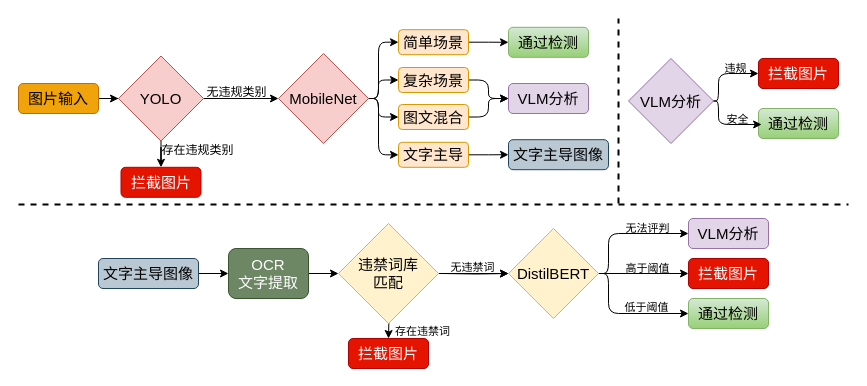
Earlier version of the draw.io diagram 本科项目/违规图片检测.drawio (Heart-ttt/picture-table). Source tidied: cells renumbered, new cells numbered last; positions are measured from the earlier drawing's top-left corner, leaving out a move shared by most shapes. Both pictures are drawn from the tidied source at 100%, with x=0, y=0 at pixel (18, 18).
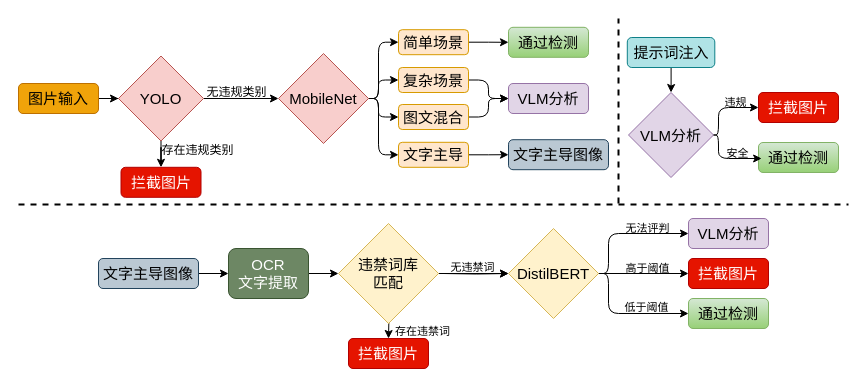
Above is the later version.

Commit message:
更新违规图片检测.drawio

What changed in the source:
```diff
@@
     <mxCell id="43" style="edgeStyle=orthogonalEdgeStyle;rounded=1;jettySize=auto;html=1;entryX=0;entryY=0.5;entryDx=0;entryDy=0;curved=0;" parent="1" edge="1" source="45" target="46">
       <mxGeometry relative="1" as="geometry">
         <Array as="points">
-          <mxPoint x="700" y="83" />
-          <mxPoint x="700" y="55" />
+          <mxPoint x="700" y="117" />
+          <mxPoint x="700" y="89" />
         </Array>
       </mxGeometry>
     </mxCell>
@@
     <mxCell id="45" value="&lt;span style=&quot;font-size: 15px;&quot;&gt;VLM分析&lt;/span&gt;" style="rhombus;whiteSpace=wrap;html=1;fillColor=#e1d5e7;strokeColor=#9673a6;" parent="1" vertex="1">
-      <mxGeometry x="610" y="40" width="85" height="85" as="geometry" />
+      <mxGeometry x="610" y="74" width="85" height="85" as="geometry" />
     </mxCell>
     <mxCell id="46" value="&lt;font style=&quot;font-size: 15px;&quot;&gt;拦截图片&lt;/font&gt;" style="rounded=1;whiteSpace=wrap;html=1;fillColor=#e51400;strokeColor=#B20000;fontColor=#ffffff;" parent="1" vertex="1">
-      <mxGeometry x="740" y="40" width="80" height="30" as="geometry" />
+      <mxGeometry x="740" y="74" width="80" height="30" as="geometry" />
     </mxCell>
     <mxCell id="47" value="&lt;span style=&quot;font-size: 15px;&quot;&gt;通过检测&lt;/span&gt;" style="rounded=1;whiteSpace=wrap;html=1;fillColor=#d5e8d4;strokeColor=#82b366;gradientColor=#97d077;" parent="1" vertex="1">
-      <mxGeometry x="740" y="90" width="80" height="30" as="geometry" />
+      <mxGeometry x="740" y="124" width="80" height="30" as="geometry" />
     </mxCell>
     <mxCell id="48" style="edgeStyle=orthogonalEdgeStyle;rounded=1;jettySize=auto;html=1;entryX=0.039;entryY=0.533;entryDx=0;entryDy=0;entryPerimeter=0;curved=0;" parent="1" edge="1" source="45" target="47">
       <mxGeometry relative="1" as="geometry">
         <Array as="points">
-          <mxPoint x="700" y="83" />
-          <mxPoint x="700" y="106" />
+          <mxPoint x="700" y="117" />
+          <mxPoint x="700" y="140" />
         </Array>
       </mxGeometry>
     </mxCell>
@@
+    <mxCell id="56" style="edgeStyle=orthogonalEdgeStyle;rounded=0;jettySize=auto;html=1;entryX=0.5;entryY=0;entryDx=0;entryDy=0;" parent="1" edge="1" source="57" target="45">
+      <mxGeometry relative="1" as="geometry" />
+    </mxCell>
+    <mxCell id="57" value="&lt;span style=&quot;font-size: 15px;&quot;&gt;提示词注入&lt;/span&gt;" style="rounded=1;whiteSpace=wrap;html=1;fillColor=#b0e3e6;strokeColor=#0e8088;" parent="1" vertex="1">
+      <mxGeometry x="608.8" y="19" width="87.5" height="30" as="geometry" />
+    </mxCell>
```
